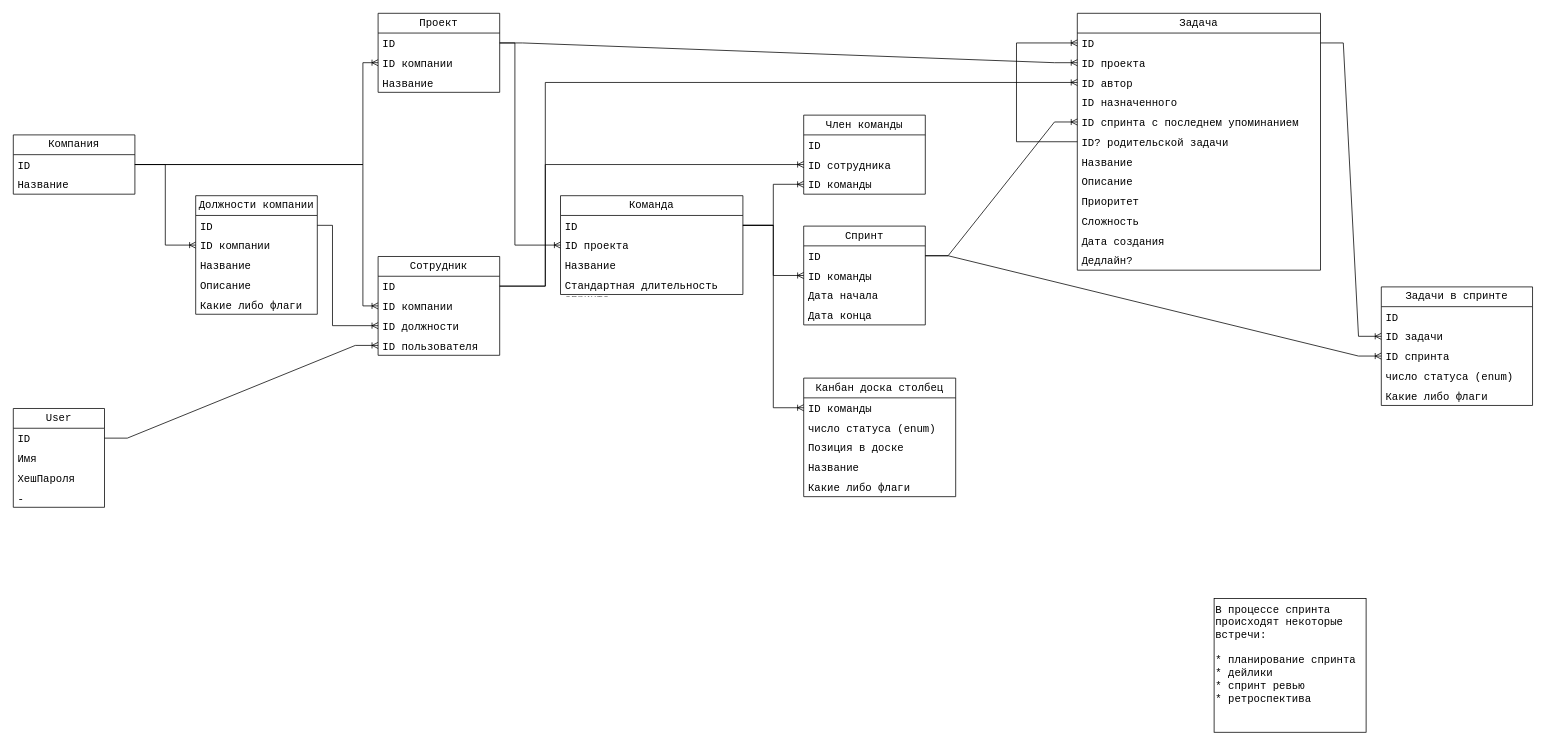
This is page "Сущности" (1 of 2) of Схемы/Сущности.drawio from DP1415/CorporateMessengerWithAgile, a draw.io file, before an edit. Source tidied: cells renumbered, new cells numbered last; positions are measured from the earlier drawing's top-left corner, leaving out a move shared by most shapes. Both pictures are drawn from the tidied source at 76%, with x=0, y=0 at pixel (13, 13).
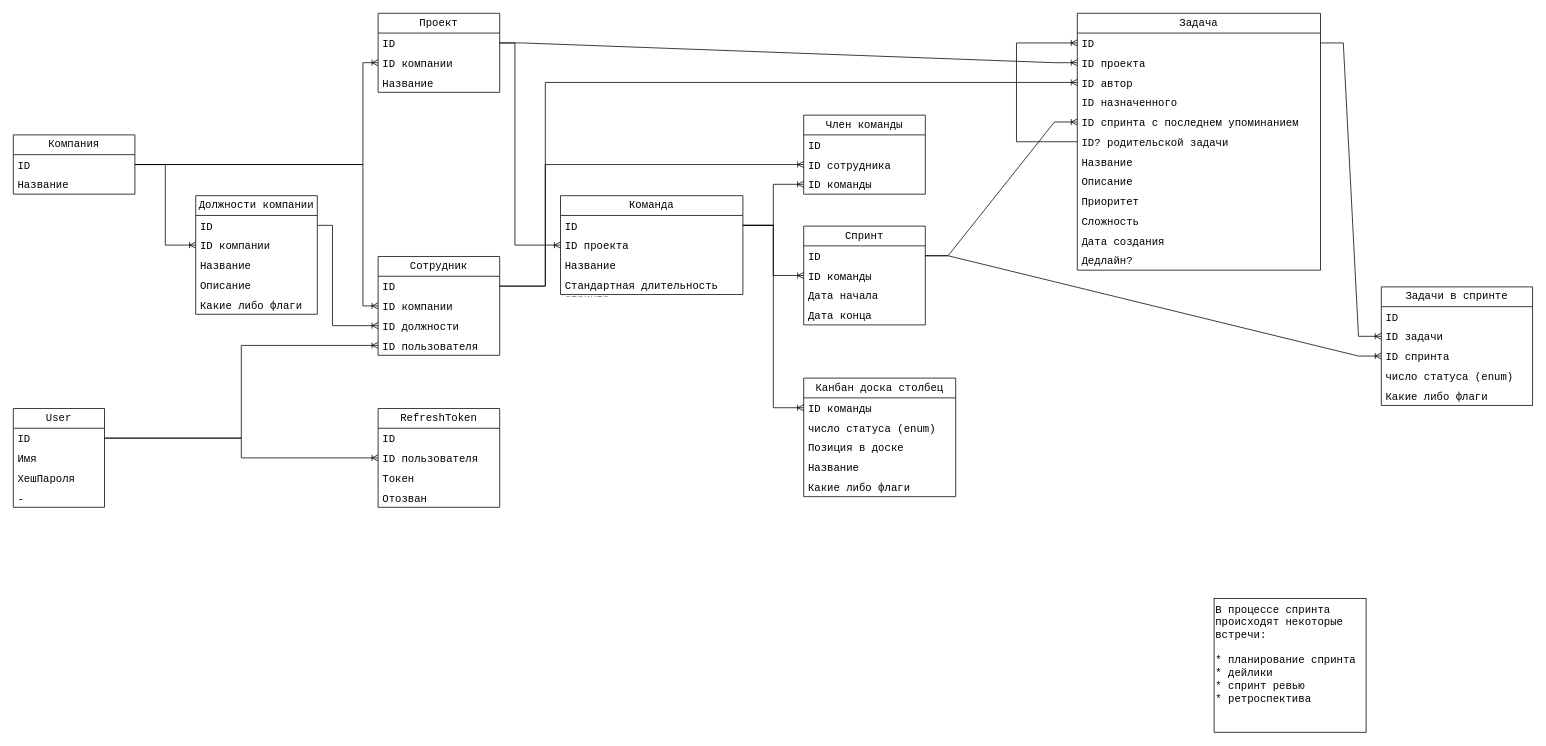
After the change.

The change refers to these unchanged cells:
```xml
<mxCell id="3" value="ID" style="text;strokeColor=none;fillColor=none;align=left;verticalAlign=top;spacingLeft=4;spacingRight=4;overflow=hidden;points=[[0,0.5],[1,0.5]];portConstraint=eastwest;whiteSpace=wrap;fontFamily=consolas;fontSize=14;html=1;" parent="2" vertex="1">
  <mxGeometry y="26" width="120" height="26" as="geometry" />
</mxCell>
<mxCell id="45" value="ID пользователя" style="text;strokeColor=none;fillColor=none;align=left;verticalAlign=top;spacingLeft=4;spacingRight=4;overflow=hidden;points=[[0,0.5],[1,0.5]];portConstraint=eastwest;whiteSpace=wrap;fontFamily=consolas;fontSize=14;html=1;" parent="41" vertex="1">
  <mxGeometry y="104" width="160" height="26" as="geometry" />
</mxCell>
```

Diff of the diagram source:
```diff
@@
-    <mxCell id="75" style="edgeStyle=entityRelationEdgeStyle;fontSize=12;html=1;endArrow=ERoneToMany;rounded=0;" parent="1" edge="1" source="3" target="45">
+    <mxCell id="75" style="edgeStyle=elbowEdgeStyle;fontSize=12;html=1;endArrow=ERoneToMany;rounded=0;" parent="1" edge="1" source="3" target="45">
       <mxGeometry relative="1" as="geometry" />
     </mxCell>
@@
+    <mxCell id="81" value="RefreshToken" style="swimlane;fontStyle=0;horizontal=1;startSize=26;fillColor=none;whiteSpace=wrap;fontFamily=consolas;fontSize=14;html=1;" parent="1" vertex="1">
+      <mxGeometry x="480" y="520" width="160" height="130" as="geometry" />
+    </mxCell>
+    <mxCell id="82" value="ID" style="text;strokeColor=none;fillColor=none;align=left;verticalAlign=top;spacingLeft=4;spacingRight=4;overflow=hidden;whiteSpace=wrap;fontFamily=consolas;fontSize=14;html=1;" parent="81" vertex="1">
+      <mxGeometry y="26" width="160" height="26" as="geometry" />
+    </mxCell>
+    <mxCell id="83" value="ID пользователя" style="text;strokeColor=none;fillColor=none;align=left;verticalAlign=top;spacingLeft=4;spacingRight=4;overflow=hidden;points=[[0,0.5],[1,0.5]];portConstraint=eastwest;whiteSpace=wrap;fontFamily=consolas;fontSize=14;html=1;" parent="81" vertex="1">
+      <mxGeometry y="52" width="160" height="26" as="geometry" />
+    </mxCell>
+    <mxCell id="84" value="Т&lt;span style=&quot;background-color: transparent; color: light-dark(rgb(0, 0, 0), rgb(255, 255, 255));&quot;&gt;окен&lt;/span&gt;" style="text;strokeColor=none;fillColor=none;align=left;verticalAlign=top;spacingLeft=4;spacingRight=4;overflow=hidden;whiteSpace=wrap;fontFamily=consolas;fontSize=14;html=1;" parent="81" vertex="1">
+      <mxGeometry y="78" width="160" height="26" as="geometry" />
+    </mxCell>
+    <mxCell id="85" value="Отозван" style="text;strokeColor=none;fillColor=none;align=left;verticalAlign=top;spacingLeft=4;spacingRight=4;overflow=hidden;whiteSpace=wrap;fontFamily=consolas;fontSize=14;html=1;" parent="81" vertex="1">
+      <mxGeometry y="104" width="160" height="26" as="geometry" />
+    </mxCell>
+    <mxCell id="86" style="edgeStyle=elbowEdgeStyle;fontSize=12;html=1;endArrow=ERoneToMany;rounded=0;" parent="1" edge="1" source="3" target="83">
+      <mxGeometry relative="1" as="geometry" />
+    </mxCell>
```
